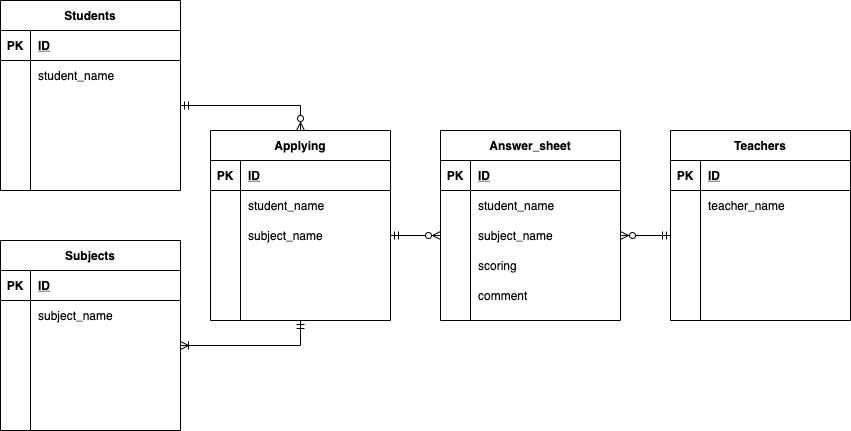
ryuuho01/database_test keeps this draw.io diagram as index.drawio.png. Above is the earlier version. Source tidied: cells renumbered, new cells last; positions are measured from the earlier drawing's top-left corner, leaving out a move shared by most shapes.
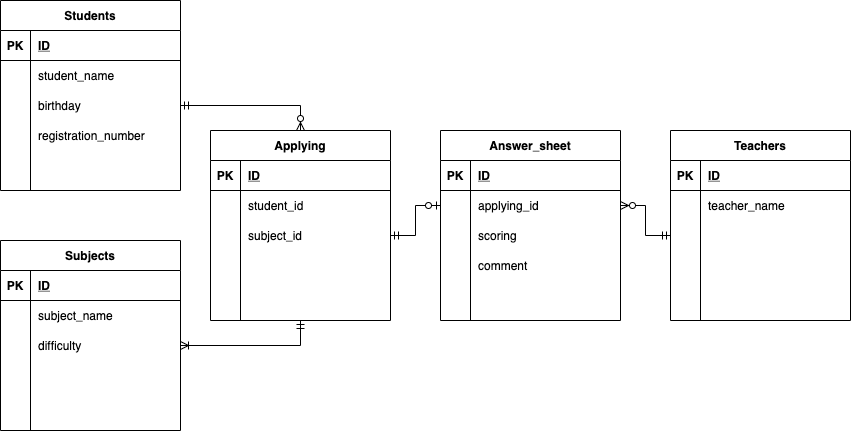
The same file after the commit.

Commit message:
演習提出５回目

What changed in the source:
```diff
@@ -71,20 +71,20 @@
     <mxCell id="24" style="shape=partialRectangle;fillColor=none;top=0;left=0;bottom=0;right=0;overflow=hidden;" parent="23" vertex="1">
       <mxGeometry width="30" height="30" as="geometry" />
     </mxCell>
-    <mxCell id="25" value="student_name" style="shape=partialRectangle;fillColor=none;top=0;left=0;bottom=0;right=0;align=left;spacingLeft=6;overflow=hidden;" parent="23" vertex="1">
+    <mxCell id="25" style="shape=partialRectangle;fillColor=none;top=0;left=0;bottom=0;right=0;align=left;spacingLeft=6;overflow=hidden;" parent="23" vertex="1">
       <mxGeometry x="30" width="150" height="30" as="geometry" />
     </mxCell>
     <mxCell id="26" style="shape=partialRectangle;fillColor=none;top=0;left=0;bottom=0;right=0;points=[[0,0.5],[1,0.5]];portConstraint=eastwest;" parent="18" vertex="1">
-      <mxGeometry y="90" width="180" height="30" as="geometry" />
+      <mxGeometry y="60" width="180" height="30" as="geometry" />
     </mxCell>
     <mxCell id="27" style="shape=partialRectangle;fillColor=none;top=0;left=0;bottom=0;right=0;overflow=hidden;" parent="26" vertex="1">
       <mxGeometry width="30" height="30" as="geometry" />
     </mxCell>
-    <mxCell id="28" value="subject_name" style="shape=partialRectangle;fillColor=none;top=0;left=0;bottom=0;right=0;align=left;spacingLeft=6;overflow=hidden;" parent="26" vertex="1">
+    <mxCell id="28" value="applying_id" style="shape=partialRectangle;fillColor=none;top=0;left=0;bottom=0;right=0;align=left;spacingLeft=6;overflow=hidden;" parent="26" vertex="1">
       <mxGeometry x="30" width="150" height="30" as="geometry" />
     </mxCell>
     <mxCell id="29" style="shape=partialRectangle;fillColor=none;top=0;left=0;bottom=0;right=0;" parent="18" vertex="1">
-      <mxGeometry y="120" width="180" height="30" as="geometry" />
+      <mxGeometry y="90" width="180" height="30" as="geometry" />
     </mxCell>
     <mxCell id="30" style="shape=partialRectangle;fillColor=none;top=0;left=0;bottom=0;right=0;overflow=hidden;" parent="29" vertex="1">
       <mxGeometry width="30" height="30" as="geometry" />
@@ -93,7 +93,7 @@
       <mxGeometry x="30" width="150" height="30" as="geometry" />
     </mxCell>
     <mxCell id="32" style="shape=partialRectangle;fillColor=none;top=0;left=0;bottom=0;right=0;" parent="18" vertex="1">
-      <mxGeometry y="150" width="180" height="30" as="geometry" />
+      <mxGeometry y="120" width="180" height="30" as="geometry" />
     </mxCell>
     <mxCell id="33" style="shape=partialRectangle;fillColor=none;top=0;left=0;bottom=0;right=0;overflow=hidden;" parent="32" vertex="1">
       <mxGeometry width="30" height="30" as="geometry" />
@@ -107,7 +107,7 @@
     <mxCell id="36" style="edgeStyle=orthogonalEdgeStyle;rounded=0;jettySize=auto;html=1;entryX=0.5;entryY=1;entryDx=0;entryDy=0;endArrow=ERmandOne;endFill=0;startArrow=ERoneToMany;startFill=0;" parent="1" edge="1" source="47" target="68">
       <mxGeometry relative="1" as="geometry" />
     </mxCell>
-    <mxCell id="37" style="edgeStyle=orthogonalEdgeStyle;rounded=0;jettySize=auto;html=1;exitX=1;exitY=0.5;exitDx=0;exitDy=0;entryX=0;entryY=0.5;entryDx=0;entryDy=0;startArrow=ERmandOne;startFill=0;endArrow=ERzeroToMany;endFill=1;" parent="1" edge="1" source="75" target="26">
+    <mxCell id="37" style="edgeStyle=orthogonalEdgeStyle;rounded=0;jettySize=auto;html=1;exitX=1;exitY=0.5;exitDx=0;exitDy=0;entryX=0;entryY=0.5;entryDx=0;entryDy=0;startArrow=ERmandOne;startFill=0;endArrow=ERzeroToOne;endFill=1;" parent="1" edge="1" source="75" target="26">
       <mxGeometry relative="1" as="geometry" />
     </mxCell>
     <mxCell id="38" style="edgeStyle=orthogonalEdgeStyle;rounded=0;jettySize=auto;html=1;exitX=1;exitY=0.5;exitDx=0;exitDy=0;entryX=0;entryY=0.5;entryDx=0;entryDy=0;startArrow=ERzeroToMany;startFill=1;endArrow=ERmandOne;endFill=0;" parent="1" edge="1" source="26" target="9">
@@ -155,6 +155,15 @@
     <mxCell id="52" value="subject_name" style="shape=partialRectangle;fillColor=none;top=0;left=0;bottom=0;right=0;align=left;spacingLeft=6;overflow=hidden;" parent="50" vertex="1">
       <mxGeometry x="30" width="150" height="30" as="geometry" />
     </mxCell>
+    <mxCell id="84" style="shape=partialRectangle;fillColor=none;top=0;left=0;bottom=0;right=0;" parent="39" vertex="1">
+      <mxGeometry y="90" width="180" height="30" as="geometry" />
+    </mxCell>
+    <mxCell id="85" style="shape=partialRectangle;fillColor=none;top=0;left=0;bottom=0;right=0;overflow=hidden;" parent="84" vertex="1">
+      <mxGeometry width="30" height="30" as="geometry" />
+    </mxCell>
+    <mxCell id="86" value="difficulty" style="shape=partialRectangle;fillColor=none;top=0;left=0;bottom=0;right=0;align=left;spacingLeft=6;overflow=hidden;" parent="84" vertex="1">
+      <mxGeometry x="30" width="150" height="30" as="geometry" />
+    </mxCell>
     <mxCell id="53" style="group;" parent="1" vertex="1">
       <mxGeometry width="180" height="190" as="geometry" />
     </mxCell>
@@ -197,6 +206,15 @@
     <mxCell id="66" value="student_name" style="shape=partialRectangle;fillColor=none;top=0;left=0;bottom=0;right=0;align=left;spacingLeft=6;overflow=hidden;" parent="64" vertex="1">
       <mxGeometry x="30" width="150" height="30" as="geometry" />
     </mxCell>
+    <mxCell id="87" style="shape=partialRectangle;fillColor=none;top=0;left=0;bottom=0;right=0;" parent="53" vertex="1">
+      <mxGeometry y="90" width="180" height="30" as="geometry" />
+    </mxCell>
+    <mxCell id="88" style="shape=partialRectangle;fillColor=none;top=0;left=0;bottom=0;right=0;overflow=hidden;" parent="87" vertex="1">
+      <mxGeometry width="30" height="30" as="geometry" />
+    </mxCell>
+    <mxCell id="89" value="birthday" style="shape=partialRectangle;fillColor=none;top=0;left=0;bottom=0;right=0;align=left;spacingLeft=6;overflow=hidden;" parent="87" vertex="1">
+      <mxGeometry x="30" width="150" height="30" as="geometry" />
+    </mxCell>
     <mxCell id="67" style="group;" parent="1" vertex="1">
       <mxGeometry x="210" y="130" width="180" height="190" as="geometry" />
     </mxCell>
@@ -236,7 +254,7 @@
     <mxCell id="79" style="shape=partialRectangle;fillColor=none;top=0;left=0;bottom=0;right=0;overflow=hidden;" parent="78" vertex="1">
       <mxGeometry width="30" height="30" as="geometry" />
     </mxCell>
-    <mxCell id="80" value="student_name" style="shape=partialRectangle;fillColor=none;top=0;left=0;bottom=0;right=0;align=left;spacingLeft=6;overflow=hidden;" parent="78" vertex="1">
+    <mxCell id="80" value="student_id" style="shape=partialRectangle;fillColor=none;top=0;left=0;bottom=0;right=0;align=left;spacingLeft=6;overflow=hidden;" parent="78" vertex="1">
       <mxGeometry x="30" width="150" height="30" as="geometry" />
     </mxCell>
     <mxCell id="81" style="shape=partialRectangle;fillColor=none;top=0;left=0;bottom=0;right=0;" parent="67" vertex="1">
@@ -245,8 +263,17 @@
     <mxCell id="82" style="shape=partialRectangle;fillColor=none;top=0;left=0;bottom=0;right=0;overflow=hidden;" parent="81" vertex="1">
       <mxGeometry width="30" height="30" as="geometry" />
     </mxCell>
-    <mxCell id="83" value="subject_name" style="shape=partialRectangle;fillColor=none;top=0;left=0;bottom=0;right=0;align=left;spacingLeft=6;overflow=hidden;" parent="81" vertex="1">
+    <mxCell id="83" value="subject_id" style="shape=partialRectangle;fillColor=none;top=0;left=0;bottom=0;right=0;align=left;spacingLeft=6;overflow=hidden;" parent="81" vertex="1">
       <mxGeometry x="30" width="150" height="30" as="geometry" />
     </mxCell>
+    <mxCell id="90" style="shape=partialRectangle;fillColor=none;top=0;left=0;bottom=0;right=0;" parent="1" vertex="1">
+      <mxGeometry y="120" width="180" height="30" as="geometry" />
+    </mxCell>
+    <mxCell id="91" style="shape=partialRectangle;fillColor=none;top=0;left=0;bottom=0;right=0;overflow=hidden;" parent="90" vertex="1">
+      <mxGeometry width="30" height="30" as="geometry" />
+    </mxCell>
+    <mxCell id="92" value="registration_number" style="shape=partialRectangle;fillColor=none;top=0;left=0;bottom=0;right=0;align=left;spacingLeft=6;overflow=hidden;" parent="90" vertex="1">
+      <mxGeometry x="30" width="150" height="30" as="geometry" />
+    </mxCell>
   </root>
 </mxGraphModel>
```
